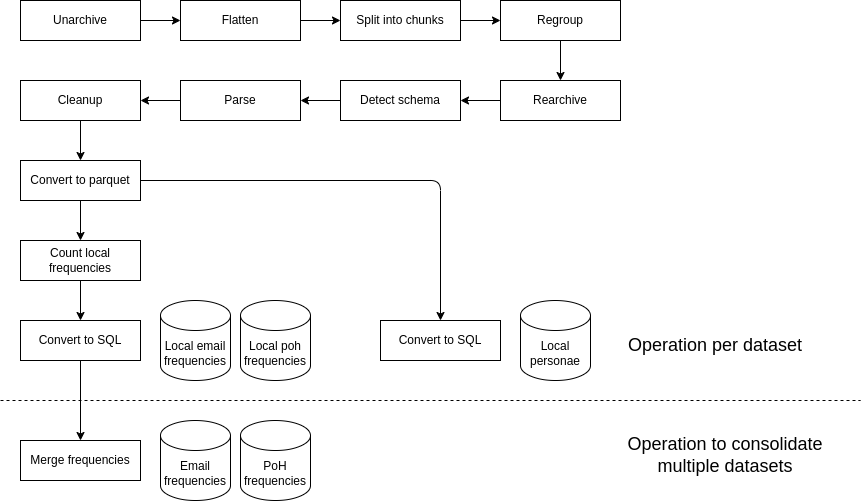
Above: Image/operation_flow.png in maeda6uiui/MrCombolist (draw.io), before the change. Source tidied: cells renumbered, new cells last; positions are measured from the earlier drawing's top-left corner, leaving out a move shared by most shapes.
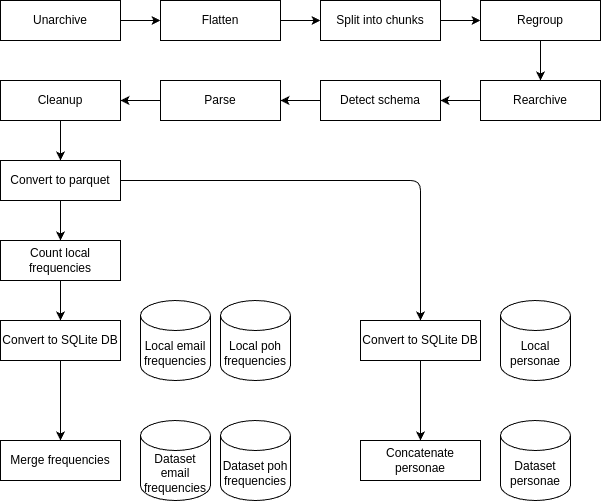
After the commit.

Commit message:
Update operation flow

Diff of the diagram source:
```diff
@@ -69,13 +69,16 @@
     <mxCell id="22" value="Count local frequencies" style="rounded=0;whiteSpace=wrap;html=1;" parent="1" vertex="1">
       <mxGeometry x="20" y="240" width="120" height="40" as="geometry" />
     </mxCell>
+    <mxCell id="35" style="edgeStyle=none;html=1;entryX=0.5;entryY=0;entryDx=0;entryDy=0;" parent="1" edge="1" source="23" target="36">
+      <mxGeometry relative="1" as="geometry" />
+    </mxCell>
-    <mxCell id="23" value="Convert to SQL" style="rounded=0;whiteSpace=wrap;html=1;" parent="1" vertex="1">
+    <mxCell id="23" value="Convert to SQLite DB" style="rounded=0;whiteSpace=wrap;html=1;" parent="1" vertex="1">
       <mxGeometry x="380" y="320" width="120" height="40" as="geometry" />
     </mxCell>
     <mxCell id="24" style="edgeStyle=none;html=1;entryX=0.5;entryY=0;entryDx=0;entryDy=0;" parent="1" edge="1" source="25" target="29">
       <mxGeometry relative="1" as="geometry" />
     </mxCell>
-    <mxCell id="25" value="Convert to SQL" style="rounded=0;whiteSpace=wrap;html=1;" parent="1" vertex="1">
+    <mxCell id="25" value="Convert to SQLite DB" style="rounded=0;whiteSpace=wrap;html=1;" parent="1" vertex="1">
       <mxGeometry x="20" y="320" width="120" height="40" as="geometry" />
     </mxCell>
     <mxCell id="26" value="Local email frequencies" style="shape=cylinder3;whiteSpace=wrap;html=1;boundedLbl=1;backgroundOutline=1;size=15;" parent="1" vertex="1">
@@ -90,23 +93,17 @@
     <mxCell id="29" value="Merge frequencies" style="rounded=0;whiteSpace=wrap;html=1;" parent="1" vertex="1">
       <mxGeometry x="20" y="440" width="120" height="40" as="geometry" />
     </mxCell>
-    <mxCell id="30" value="Email frequencies" style="shape=cylinder3;whiteSpace=wrap;html=1;boundedLbl=1;backgroundOutline=1;size=15;" parent="1" vertex="1">
+    <mxCell id="30" value="Dataset email frequencies" style="shape=cylinder3;whiteSpace=wrap;html=1;boundedLbl=1;backgroundOutline=1;size=15;" parent="1" vertex="1">
       <mxGeometry x="160" y="420" width="70" height="80" as="geometry" />
     </mxCell>
-    <mxCell id="31" value="PoH frequencies" style="shape=cylinder3;whiteSpace=wrap;html=1;boundedLbl=1;backgroundOutline=1;size=15;" parent="1" vertex="1">
+    <mxCell id="31" value="Dataset poh frequencies" style="shape=cylinder3;whiteSpace=wrap;html=1;boundedLbl=1;backgroundOutline=1;size=15;" parent="1" vertex="1">
       <mxGeometry x="240" y="420" width="70" height="80" as="geometry" />
     </mxCell>
-    <mxCell id="32" style="endArrow=none;dashed=1;html=1;" parent="1" edge="1">
-      <mxGeometry relative="1" as="geometry">
-        <mxPoint y="400" as="sourcePoint" />
-        <mxPoint x="860" y="400" as="targetPoint" />
-      </mxGeometry>
-    </mxCell>
-    <mxCell id="33" value="&lt;font style=&quot;font-size: 18px;&quot;&gt;Operation per dataset&lt;/font&gt;" style="text;html=1;strokeColor=none;fillColor=none;align=center;verticalAlign=middle;whiteSpace=wrap;rounded=0;" parent="1" vertex="1">
-      <mxGeometry x="620" y="330" width="190" height="30" as="geometry" />
-    </mxCell>
-    <mxCell id="34" value="&lt;font style=&quot;font-size: 18px;&quot;&gt;Operation to consolidate &lt;br&gt;multiple datasets&lt;/font&gt;" style="text;html=1;strokeColor=none;fillColor=none;align=center;verticalAlign=middle;whiteSpace=wrap;rounded=0;" parent="1" vertex="1">
-      <mxGeometry x="620" y="440" width="210" height="30" as="geometry" />
-    </mxCell>
+    <mxCell id="36" value="Concatenate personae" style="rounded=0;whiteSpace=wrap;html=1;" parent="1" vertex="1">
+      <mxGeometry x="380" y="440" width="120" height="40" as="geometry" />
+    </mxCell>
+    <mxCell id="37" value="Dataset personae" style="shape=cylinder3;whiteSpace=wrap;html=1;boundedLbl=1;backgroundOutline=1;size=15;" parent="1" vertex="1">
+      <mxGeometry x="520" y="420" width="70" height="80" as="geometry" />
+    </mxCell>
   </root>
 </mxGraphModel>
```
